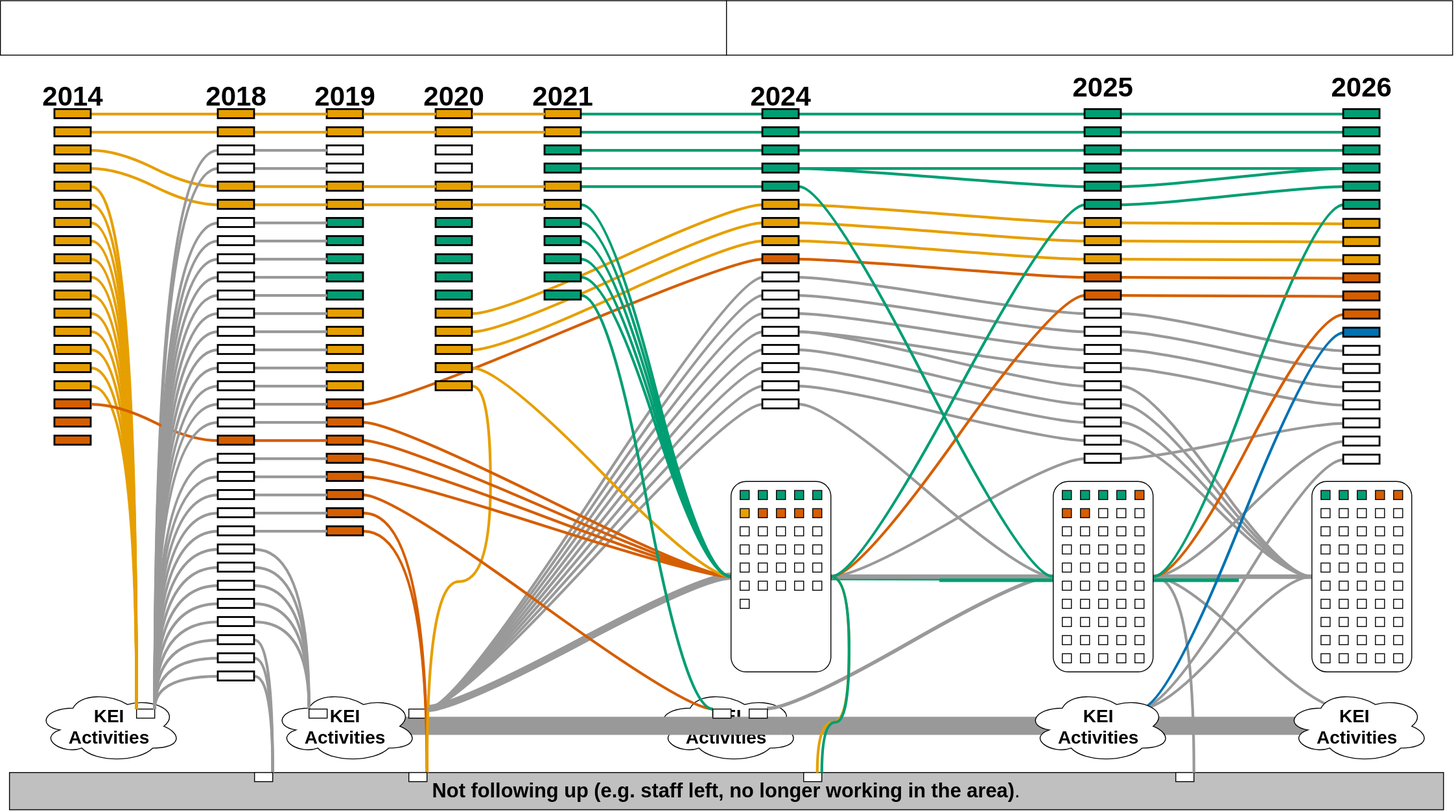
Before: REF_Portfolio_form2014.drawio.svg, a diagram exported from draw.io (jonattello/DrawIO). Source tidied: cells renumbered, new cells last; positions are measured from the earlier drawing's top-left corner, leaving out a move shared by most shapes.
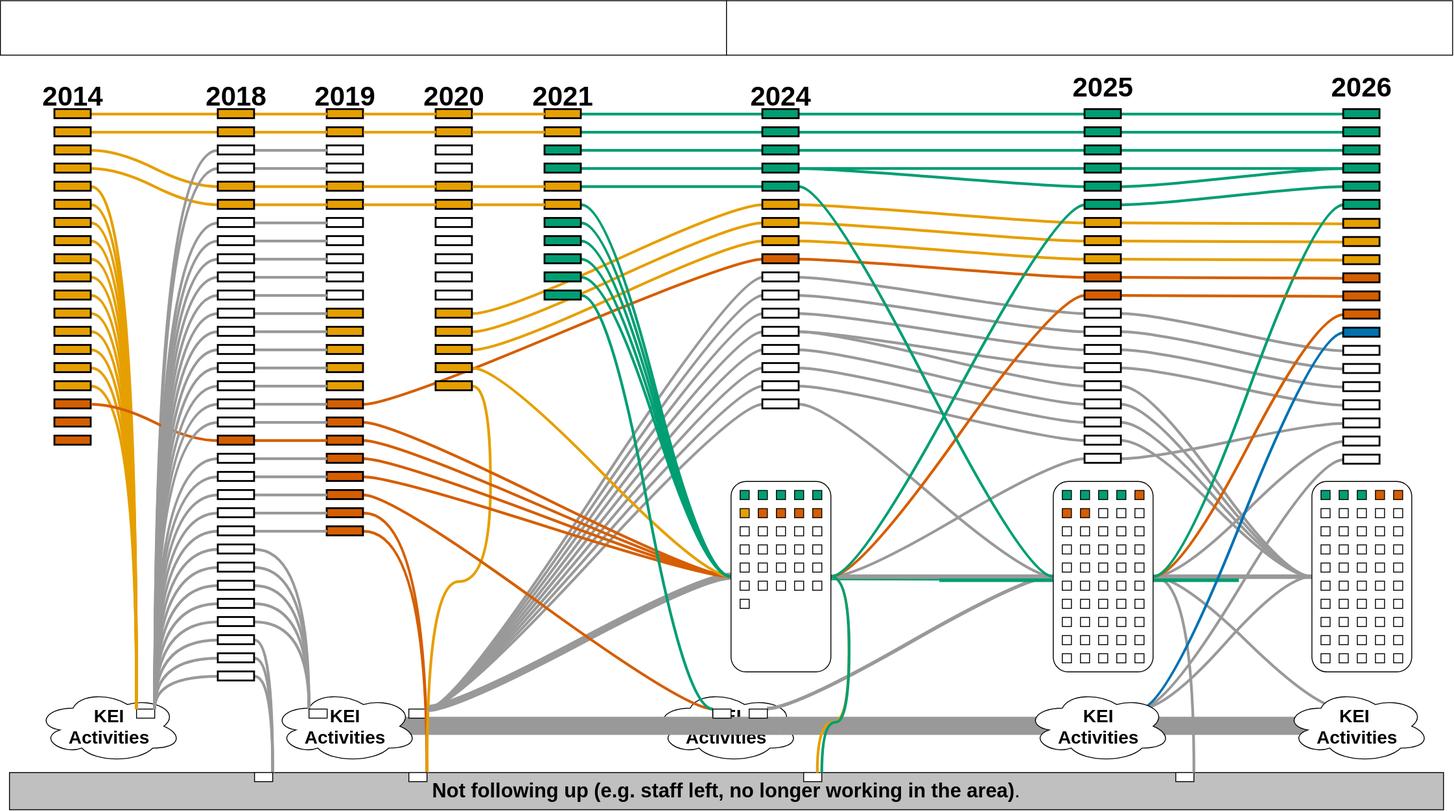
Later version of the same file.

The edit, as a diff of the source:
```diff
@@ -1045,19 +1045,19 @@
     <mxCell id="347" style="rounded=0;whiteSpace=wrap;html=1;fillColor=light-dark(#e69f00, #4A890C);strokeColor=#000000;fontColor=#ffffff;strokeWidth=2;" parent="1" vertex="1">
       <mxGeometry x="360" y="220" width="40" height="10" as="geometry" />
     </mxCell>
-    <mxCell id="348" style="rounded=0;whiteSpace=wrap;html=1;fillColor=light-dark(#009E73,#4A890C);strokeColor=#000000;fontColor=#ffffff;strokeWidth=2;" parent="1" vertex="1">
+    <mxCell id="348" style="rounded=0;whiteSpace=wrap;html=1;fillColor=light-dark(#FFFFFF,#4A890C);strokeColor=#000000;fontColor=#ffffff;strokeWidth=2;" parent="1" vertex="1">
       <mxGeometry x="360" y="240" width="40" height="10" as="geometry" />
     </mxCell>
-    <mxCell id="349" style="rounded=0;whiteSpace=wrap;html=1;fillColor=light-dark(#009E73,#4A890C);strokeColor=#000000;fontColor=#ffffff;strokeWidth=2;" parent="1" vertex="1">
+    <mxCell id="349" style="rounded=0;whiteSpace=wrap;html=1;fillColor=light-dark(#FFFFFF,#4A890C);strokeColor=#000000;fontColor=#ffffff;strokeWidth=2;" parent="1" vertex="1">
       <mxGeometry x="360" y="260" width="40" height="10" as="geometry" />
     </mxCell>
-    <mxCell id="350" style="rounded=0;whiteSpace=wrap;html=1;fillColor=light-dark(#009E73,#4A890C);strokeColor=#000000;fontColor=#ffffff;strokeWidth=2;" parent="1" vertex="1">
+    <mxCell id="350" style="rounded=0;whiteSpace=wrap;html=1;fillColor=light-dark(#FFFFFF,#4A890C);strokeColor=#000000;fontColor=#ffffff;strokeWidth=2;" parent="1" vertex="1">
       <mxGeometry x="360" y="280" width="40" height="10" as="geometry" />
     </mxCell>
-    <mxCell id="351" style="rounded=0;whiteSpace=wrap;html=1;fillColor=light-dark(#009E73,#4A890C);strokeColor=#000000;fontColor=#ffffff;strokeWidth=2;" parent="1" vertex="1">
+    <mxCell id="351" style="rounded=0;whiteSpace=wrap;html=1;fillColor=light-dark(#FFFFFF,#4A890C);strokeColor=#000000;fontColor=#ffffff;strokeWidth=2;" parent="1" vertex="1">
       <mxGeometry x="360" y="300" width="40" height="10" as="geometry" />
     </mxCell>
-    <mxCell id="352" style="rounded=0;whiteSpace=wrap;html=1;fillColor=light-dark(#009E73,#4A890C);strokeColor=#000000;fontColor=#ffffff;strokeWidth=2;" parent="1" vertex="1">
+    <mxCell id="352" style="rounded=0;whiteSpace=wrap;html=1;fillColor=light-dark(#FFFFFF,#4A890C);strokeColor=#000000;fontColor=#ffffff;strokeWidth=2;" parent="1" vertex="1">
       <mxGeometry x="360" y="320" width="40" height="10" as="geometry" />
     </mxCell>
     <mxCell id="353" style="rounded=0;whiteSpace=wrap;html=1;fillColor=light-dark(#E69F00,#9A5800);fontColor=#000000;strokeColor=#000000;strokeWidth=2;" parent="1" vertex="1">
@@ -1093,19 +1093,19 @@
     <mxCell id="363" style="rounded=0;whiteSpace=wrap;html=1;fillColor=light-dark(#e69f00, #4A890C);strokeColor=#000000;fontColor=#ffffff;strokeWidth=2;" parent="1" vertex="1">
       <mxGeometry x="480" y="220" width="40" height="10" as="geometry" />
     </mxCell>
-    <mxCell id="364" style="rounded=0;whiteSpace=wrap;html=1;fillColor=light-dark(#009E73,#4A890C);strokeColor=#000000;fontColor=#ffffff;strokeWidth=2;" parent="1" vertex="1">
+    <mxCell id="364" style="rounded=0;whiteSpace=wrap;html=1;fillColor=light-dark(#FFFFFF,#4A890C);strokeColor=#000000;fontColor=#ffffff;strokeWidth=2;" parent="1" vertex="1">
       <mxGeometry x="480" y="240" width="40" height="10" as="geometry" />
     </mxCell>
-    <mxCell id="365" style="rounded=0;whiteSpace=wrap;html=1;fillColor=light-dark(#009E73,#4A890C);strokeColor=#000000;fontColor=#ffffff;strokeWidth=2;" parent="1" vertex="1">
+    <mxCell id="365" style="rounded=0;whiteSpace=wrap;html=1;fillColor=light-dark(#FFFFFF,#4A890C);strokeColor=#000000;fontColor=#ffffff;strokeWidth=2;" parent="1" vertex="1">
       <mxGeometry x="480" y="260" width="40" height="10" as="geometry" />
     </mxCell>
-    <mxCell id="366" style="rounded=0;whiteSpace=wrap;html=1;fillColor=light-dark(#009E73,#4A890C);strokeColor=#000000;fontColor=#ffffff;strokeWidth=2;" parent="1" vertex="1">
+    <mxCell id="366" style="rounded=0;whiteSpace=wrap;html=1;fillColor=light-dark(#FFFFFF,#4A890C);strokeColor=#000000;fontColor=#ffffff;strokeWidth=2;" parent="1" vertex="1">
       <mxGeometry x="480" y="280" width="40" height="10" as="geometry" />
     </mxCell>
-    <mxCell id="367" style="rounded=0;whiteSpace=wrap;html=1;fillColor=light-dark(#009E73,#4A890C);strokeColor=#000000;fontColor=#ffffff;strokeWidth=2;" parent="1" vertex="1">
+    <mxCell id="367" style="rounded=0;whiteSpace=wrap;html=1;fillColor=light-dark(#FFFFFF,#4A890C);strokeColor=#000000;fontColor=#ffffff;strokeWidth=2;" parent="1" vertex="1">
       <mxGeometry x="480" y="300" width="40" height="10" as="geometry" />
     </mxCell>
-    <mxCell id="368" style="rounded=0;whiteSpace=wrap;html=1;fillColor=light-dark(#009E73,#4A890C);strokeColor=#000000;fontColor=#ffffff;strokeWidth=2;" parent="1" vertex="1">
+    <mxCell id="368" style="rounded=0;whiteSpace=wrap;html=1;fillColor=light-dark(#FFFFFF,#4A890C);strokeColor=#000000;fontColor=#ffffff;strokeWidth=2;" parent="1" vertex="1">
       <mxGeometry x="480" y="320" width="40" height="10" as="geometry" />
     </mxCell>
     <mxCell id="369" value="&lt;div&gt;&lt;b&gt;&lt;font style=&quot;font-size: 20px;&quot;&gt;KEI&lt;/font&gt;&lt;/b&gt;&lt;/div&gt;&lt;div&gt;&lt;b&gt;&lt;font style=&quot;font-size: 20px;&quot;&gt;Activities&lt;/font&gt;&lt;/b&gt;&lt;/div&gt;" style="ellipse;shape=cloud;whiteSpace=wrap;html=1;" parent="1" vertex="1">
```
